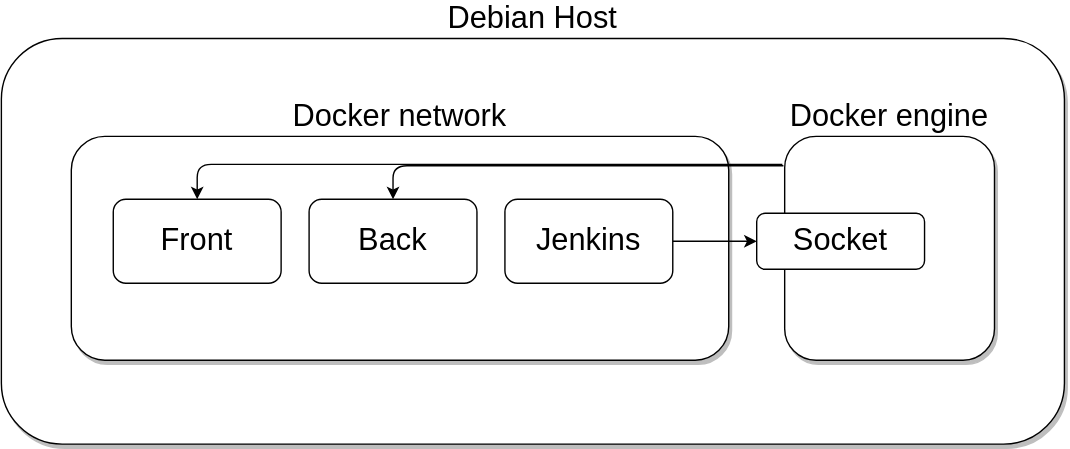
The draw.io diagram content/es/docs/pentesting/privilegios/example_env.drawio.svg in pabpereza/pabpereza, before a commit. Source tidied: cells renumbered, new cells last; positions are measured from the earlier drawing's top-left corner, leaving out a move shared by most shapes.
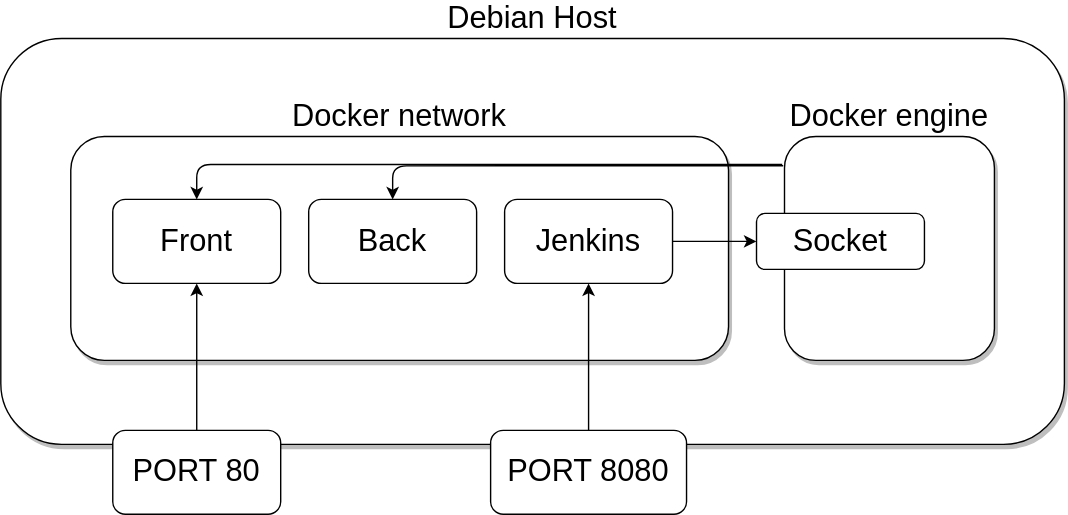
The same diagram one commit later.

The edit, as a diff of the source:
```diff
@@ -40,5 +40,17 @@
         </Array>
       </mxGeometry>
     </mxCell>
+    <mxCell id="12" style="edgeStyle=none;html=1;exitX=0.5;exitY=0;exitDx=0;exitDy=0;entryX=0.5;entryY=1;entryDx=0;entryDy=0;" parent="1" edge="1" source="13" target="9">
+      <mxGeometry relative="1" as="geometry" />
+    </mxCell>
+    <mxCell id="13" value="&lt;span style=&quot;font-size: 22px&quot;&gt;PORT 80&lt;/span&gt;" style="rounded=1;whiteSpace=wrap;html=1;" parent="1" vertex="1">
+      <mxGeometry x="80" y="280" width="120" height="60" as="geometry" />
+    </mxCell>
+    <mxCell id="14" style="edgeStyle=none;html=1;exitX=0.5;exitY=0;exitDx=0;exitDy=0;entryX=0.5;entryY=1;entryDx=0;entryDy=0;" parent="1" edge="1" source="15" target="8">
+      <mxGeometry relative="1" as="geometry" />
+    </mxCell>
+    <mxCell id="15" value="&lt;font style=&quot;font-size: 22px&quot;&gt;PORT 8080&lt;/font&gt;" style="rounded=1;whiteSpace=wrap;html=1;" parent="1" vertex="1">
+      <mxGeometry x="350" y="280" width="140" height="60" as="geometry" />
+    </mxCell>
   </root>
 </mxGraphModel>
```
